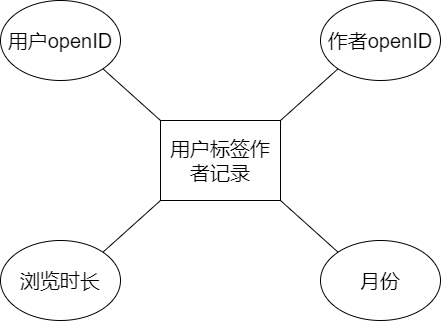
Before: database-er/table.browse-author.drawio.png, a diagram exported from draw.io (Jater0/Graduation). Source tidied: cells renumbered, new cells last; positions are measured from the earlier drawing's top-left corner, leaving out a move shared by most shapes. Source of this version:
```xml
<mxGraphModel>
  <root>
    <mxCell id="0" />
    <mxCell id="1" parent="0" />
    <mxCell id="2" value="用户标签作者记录" style="rounded=0;whiteSpace=wrap;html=1;fontSize=20;" parent="1" vertex="1">
      <mxGeometry x="160" y="120" width="120" height="80" as="geometry" />
    </mxCell>
    <mxCell id="3" value="用户openID" style="ellipse;whiteSpace=wrap;html=1;fontSize=20;" parent="1" vertex="1">
      <mxGeometry width="120" height="80" as="geometry" />
    </mxCell>
    <mxCell id="4" value="作者openID" style="ellipse;whiteSpace=wrap;html=1;fontSize=20;" parent="1" vertex="1">
      <mxGeometry x="320" width="120" height="80" as="geometry" />
    </mxCell>
    <mxCell id="5" value="浏览时长" style="ellipse;whiteSpace=wrap;html=1;fontSize=20;" parent="1" vertex="1">
      <mxGeometry y="240" width="120" height="80" as="geometry" />
    </mxCell>
    <mxCell id="6" style="endArrow=none;html=1;fontSize=20;entryX=0;entryY=1;entryDx=0;entryDy=0;exitX=1;exitY=0;exitDx=0;exitDy=0;" parent="1" edge="1" source="2" target="4">
      <mxGeometry relative="1" as="geometry" />
    </mxCell>
    <mxCell id="7" style="endArrow=none;html=1;fontSize=20;entryX=0;entryY=1;entryDx=0;entryDy=0;exitX=1;exitY=0;exitDx=0;exitDy=0;" parent="1" edge="1" source="5" target="2">
      <mxGeometry relative="1" as="geometry" />
    </mxCell>
    <mxCell id="8" style="endArrow=none;html=1;fontSize=20;entryX=1;entryY=1;entryDx=0;entryDy=0;exitX=0;exitY=0;exitDx=0;exitDy=0;" parent="1" edge="1" source="2" target="3">
      <mxGeometry relative="1" as="geometry" />
    </mxCell>
    <mxCell id="9" value="月份" style="ellipse;whiteSpace=wrap;html=1;fontSize=20;" parent="1" vertex="1">
      <mxGeometry x="320" y="240" width="120" height="80" as="geometry" />
    </mxCell>
    <mxCell id="10" style="endArrow=none;html=1;fontSize=20;entryX=0;entryY=0;entryDx=0;entryDy=0;exitX=1;exitY=1;exitDx=0;exitDy=0;" parent="1" edge="1" source="2" target="9">
      <mxGeometry relative="1" as="geometry" />
    </mxCell>
  </root>
</mxGraphModel>
```
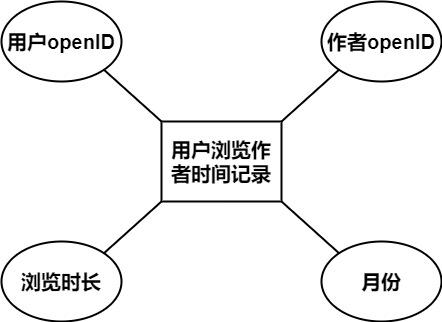
The same diagram one commit later.

The edit, as a diff of the source:
```diff
@@ -2,31 +2,31 @@
   <root>
     <mxCell id="0" />
     <mxCell id="1" parent="0" />
-    <mxCell id="2" value="用户标签作者记录" style="rounded=0;whiteSpace=wrap;html=1;fontSize=20;" parent="1" vertex="1">
+    <mxCell id="2" value="用户浏览作者时间记录" style="rounded=0;whiteSpace=wrap;html=1;fontSize=20;fontStyle=1;strokeWidth=2;" parent="1" vertex="1">
       <mxGeometry x="160" y="120" width="120" height="80" as="geometry" />
     </mxCell>
-    <mxCell id="3" value="用户openID" style="ellipse;whiteSpace=wrap;html=1;fontSize=20;" parent="1" vertex="1">
+    <mxCell id="3" value="用户openID" style="ellipse;whiteSpace=wrap;html=1;fontSize=20;fontStyle=1;strokeWidth=2;" parent="1" vertex="1">
       <mxGeometry width="120" height="80" as="geometry" />
     </mxCell>
-    <mxCell id="4" value="作者openID" style="ellipse;whiteSpace=wrap;html=1;fontSize=20;" parent="1" vertex="1">
+    <mxCell id="4" value="作者openID" style="ellipse;whiteSpace=wrap;html=1;fontSize=20;fontStyle=1;strokeWidth=2;" parent="1" vertex="1">
       <mxGeometry x="320" width="120" height="80" as="geometry" />
     </mxCell>
-    <mxCell id="5" value="浏览时长" style="ellipse;whiteSpace=wrap;html=1;fontSize=20;" parent="1" vertex="1">
+    <mxCell id="5" value="浏览时长" style="ellipse;whiteSpace=wrap;html=1;fontSize=20;fontStyle=1;strokeWidth=2;" parent="1" vertex="1">
       <mxGeometry y="240" width="120" height="80" as="geometry" />
     </mxCell>
-    <mxCell id="6" style="endArrow=none;html=1;fontSize=20;entryX=0;entryY=1;entryDx=0;entryDy=0;exitX=1;exitY=0;exitDx=0;exitDy=0;" parent="1" edge="1" source="2" target="4">
+    <mxCell id="6" style="endArrow=none;html=1;fontSize=20;entryX=0;entryY=1;entryDx=0;entryDy=0;exitX=1;exitY=0;exitDx=0;exitDy=0;fontStyle=1;strokeWidth=2;" parent="1" edge="1" source="2" target="4">
       <mxGeometry relative="1" as="geometry" />
     </mxCell>
-    <mxCell id="7" style="endArrow=none;html=1;fontSize=20;entryX=0;entryY=1;entryDx=0;entryDy=0;exitX=1;exitY=0;exitDx=0;exitDy=0;" parent="1" edge="1" source="5" target="2">
+    <mxCell id="7" style="endArrow=none;html=1;fontSize=20;entryX=0;entryY=1;entryDx=0;entryDy=0;exitX=1;exitY=0;exitDx=0;exitDy=0;fontStyle=1;strokeWidth=2;" parent="1" edge="1" source="5" target="2">
       <mxGeometry relative="1" as="geometry" />
     </mxCell>
-    <mxCell id="8" style="endArrow=none;html=1;fontSize=20;entryX=1;entryY=1;entryDx=0;entryDy=0;exitX=0;exitY=0;exitDx=0;exitDy=0;" parent="1" edge="1" source="2" target="3">
+    <mxCell id="8" style="endArrow=none;html=1;fontSize=20;entryX=1;entryY=1;entryDx=0;entryDy=0;exitX=0;exitY=0;exitDx=0;exitDy=0;fontStyle=1;strokeWidth=2;" parent="1" edge="1" source="2" target="3">
       <mxGeometry relative="1" as="geometry" />
     </mxCell>
-    <mxCell id="9" value="月份" style="ellipse;whiteSpace=wrap;html=1;fontSize=20;" parent="1" vertex="1">
+    <mxCell id="9" value="月份" style="ellipse;whiteSpace=wrap;html=1;fontSize=20;fontStyle=1;strokeWidth=2;" parent="1" vertex="1">
       <mxGeometry x="320" y="240" width="120" height="80" as="geometry" />
     </mxCell>
-    <mxCell id="10" style="endArrow=none;html=1;fontSize=20;entryX=0;entryY=0;entryDx=0;entryDy=0;exitX=1;exitY=1;exitDx=0;exitDy=0;" parent="1" edge="1" source="2" target="9">
+    <mxCell id="10" style="endArrow=none;html=1;fontSize=20;entryX=0;entryY=0;entryDx=0;entryDy=0;exitX=1;exitY=1;exitDx=0;exitDy=0;fontStyle=1;strokeWidth=2;" parent="1" edge="1" source="2" target="9">
       <mxGeometry relative="1" as="geometry" />
     </mxCell>
   </root>
```
